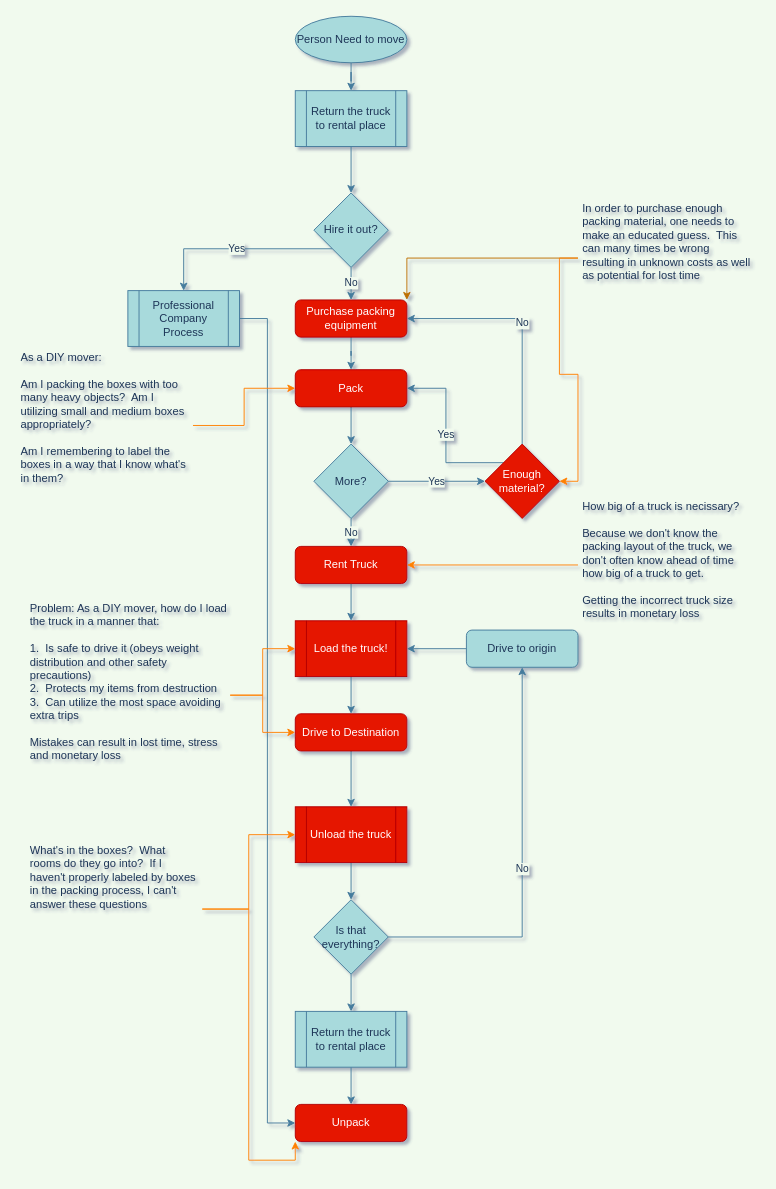
Earlier version of the draw.io diagram Documents/Moving High Level Overview(3).drawio (LP-76/load.in). Source tidied: cells renumbered, new cells numbered last; positions are measured from the earlier drawing's top-left corner, leaving out a move shared by most shapes. Both pictures are drawn from the tidied source at 93%, with x=0, y=0 at pixel (16, 16).
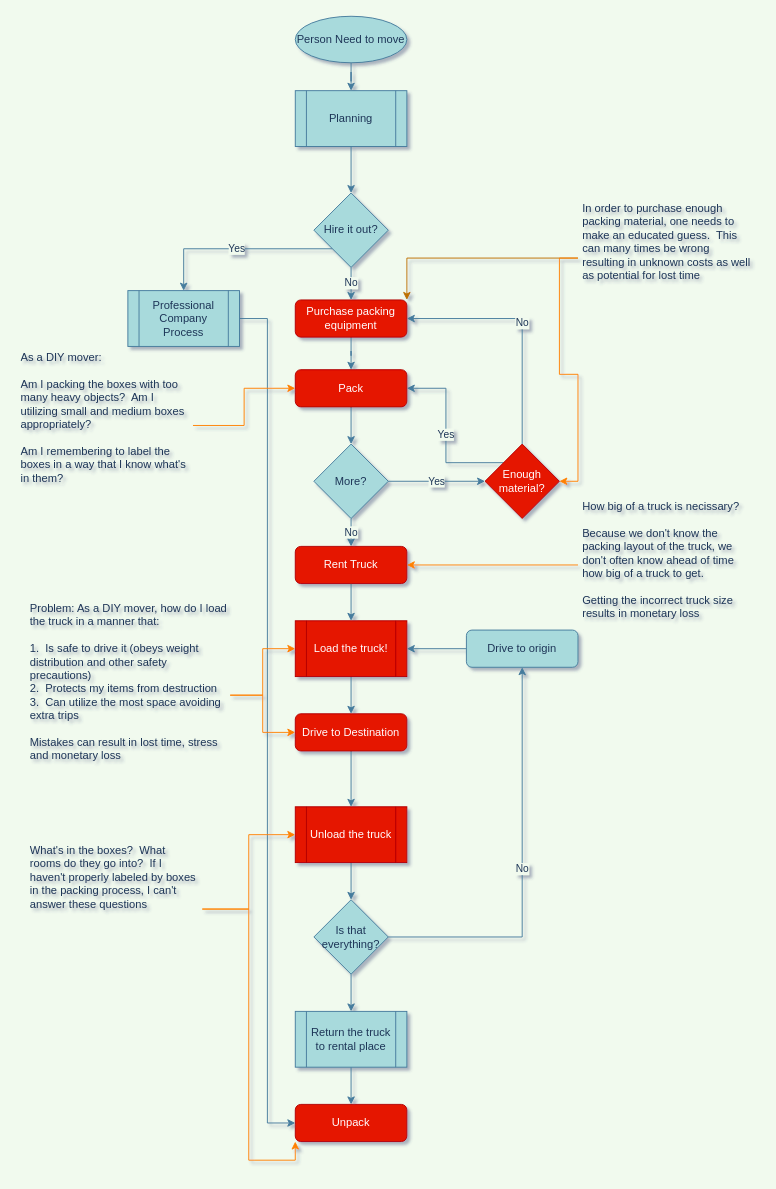
The same diagram, later.

Change to the diagram source:
```diff
@@
-    <mxCell id="50" value="Return the truck to rental place" style="shape=process;whiteSpace=wrap;html=1;backgroundOutline=1;fillColor=#A8DADC;strokeColor=#457B9D;fontColor=#1D3557;" parent="1" vertex="1">
+    <mxCell id="50" value="Planning" style="shape=process;whiteSpace=wrap;html=1;backgroundOutline=1;fillColor=#A8DADC;strokeColor=#457B9D;fontColor=#1D3557;" parent="1" vertex="1">
       <mxGeometry x="300" y="80" width="120" height="60" as="geometry" />
     </mxCell>
```
